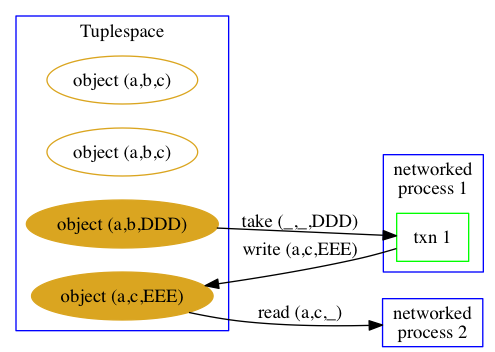
This is docs/diagrams/tmp/space.png from perms-redux-org/sample_script, a Graphviz export, as it was before one commit. Its source is kept beside it as docs/diagrams/space.gv.
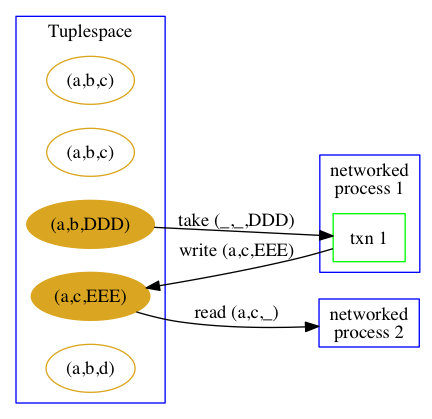
The same file after the commit.

Change to the diagram source:
```diff
@@ -11,10 +11,11 @@
     labelloc="t"
     label = "Tuplespace"
     color = "blue"
-    obj1[label="object (a,b,c)", shape="oval", color="goldenrod"];
-    obj2[label="object (a,b,c)", shape="oval", color="goldenrod"];
-    obj3[label="object (a,b,DDD)", shape="oval", color="goldenrod", style="filled"];
-    obj4[label="object (a,c,EEE)", shape="oval", color="goldenrod", style="filled"];
+    obj1[label="(a,b,c)", shape="oval", color="goldenrod"];
+    obj2[label="(a,b,c)", shape="oval", color="goldenrod"];
+    obj3[label="(a,b,DDD)", shape="oval", color="goldenrod", style="filled"];
+    obj4[label="(a,c,EEE)", shape="oval", color="goldenrod", style="filled"];
+    obj5[label="(a,b,d)", shape="oval", color="goldenrod"];
   }
   subgraph cluster1 {
     labelloc="t"
```
